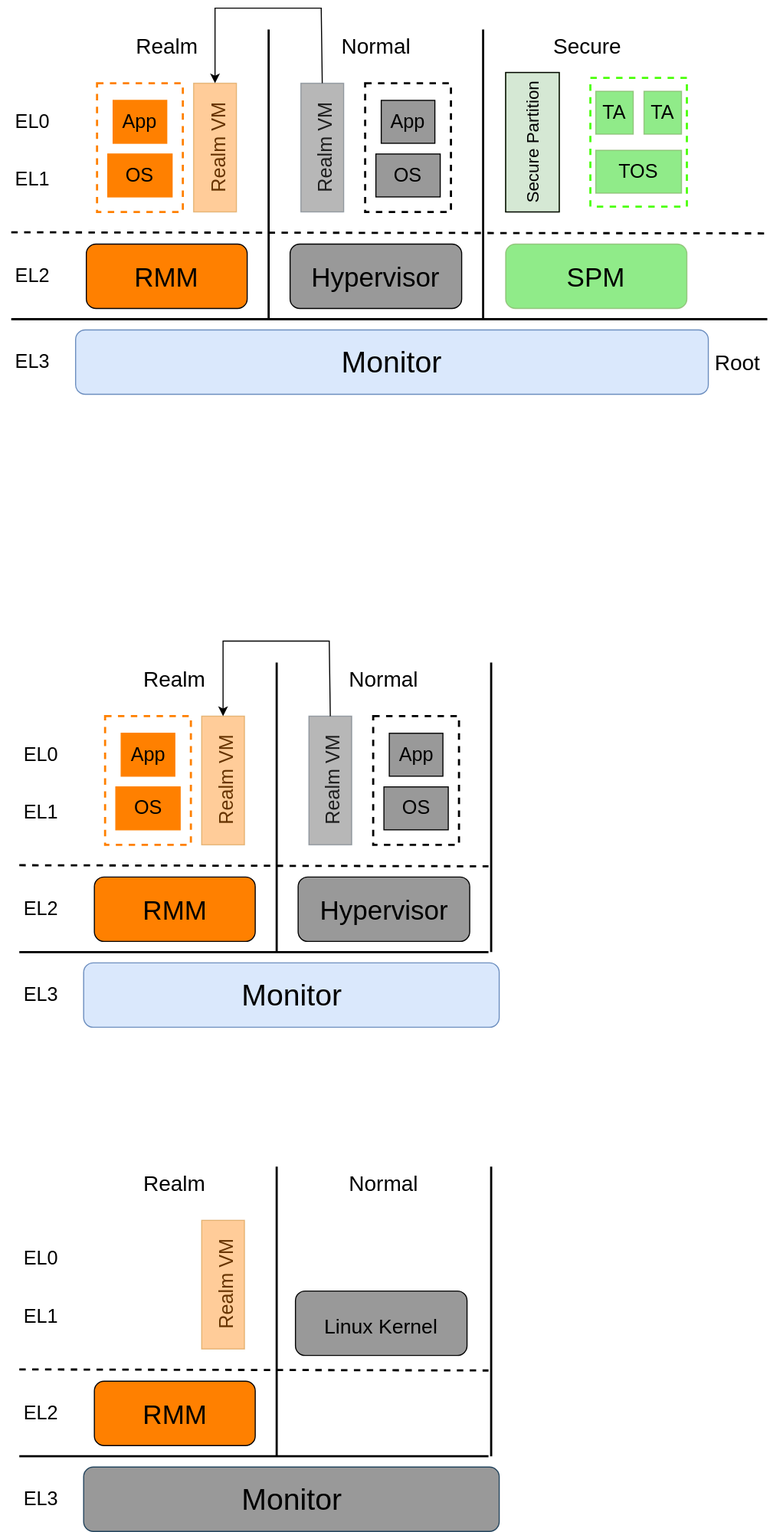
Before: CCA_soft.svg, a diagram exported from draw.io (EdisonE3/vue_learn). Source tidied: cells renumbered, new cells last; positions are measured from the earlier drawing's top-left corner, leaving out a move shared by most shapes.
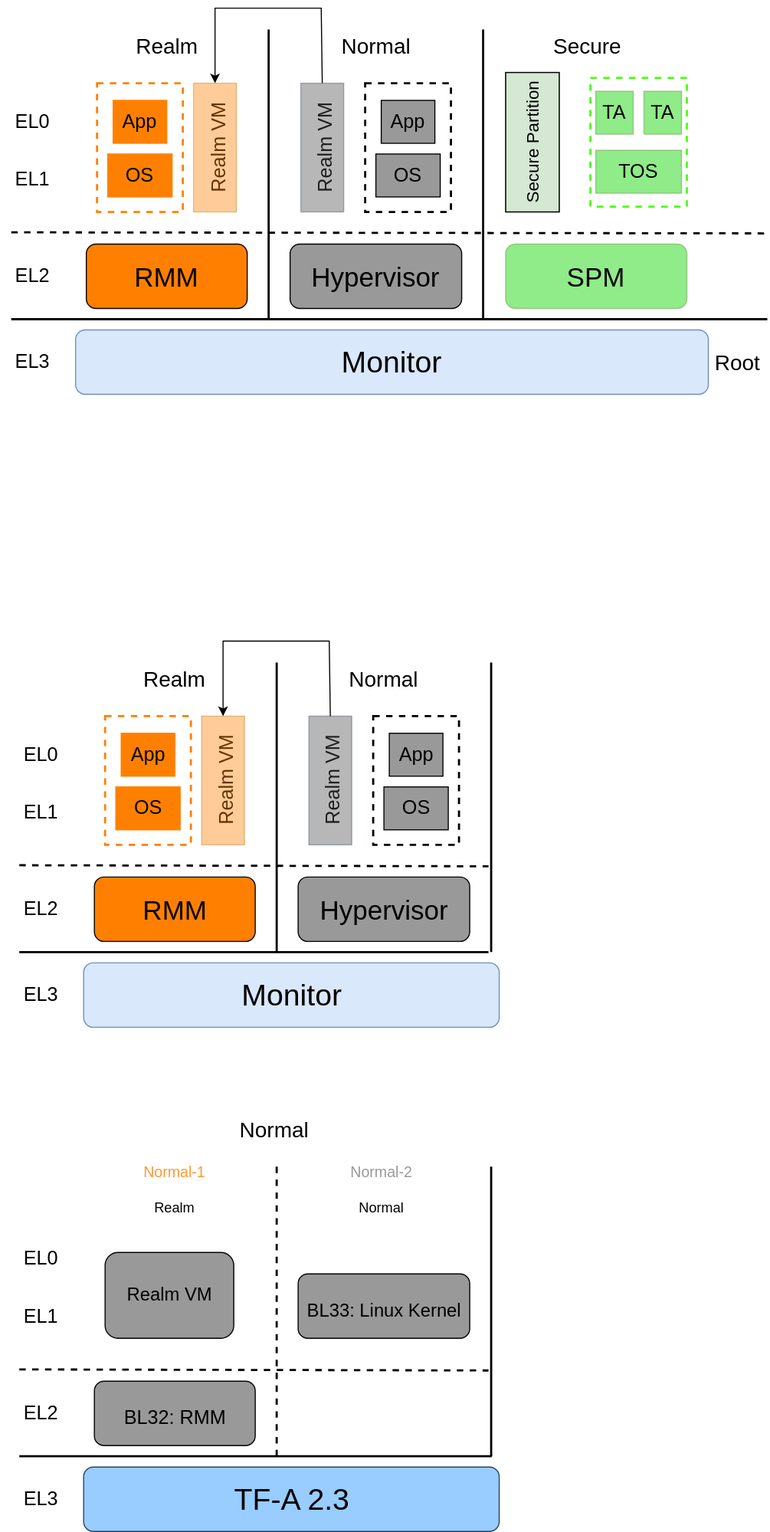
After the commit.

What changed in the source:
```diff
@@ -214,16 +214,13 @@
     <mxCell id="59" value="EL3" style="text;html=1;strokeColor=none;fillColor=none;align=center;verticalAlign=middle;whiteSpace=wrap;rounded=0;fontSize=18;" parent="1" vertex="1">
       <mxGeometry x="7.5" y="905" width="60" height="30" as="geometry" />
     </mxCell>
-    <mxCell id="60" value="&lt;font style=&quot;font-size: 18px;&quot;&gt;Realm VM&lt;/font&gt;" style="text;html=1;strokeColor=none;fillColor=none;align=center;verticalAlign=middle;whiteSpace=wrap;rounded=0;fontSize=25;rotation=-90;" parent="1" vertex="1">
-      <mxGeometry x="142.5" y="1175" width="130" height="30" as="geometry" />
-    </mxCell>
-    <mxCell id="61" value="&lt;font style=&quot;font-size: 28px;&quot;&gt;Monitor&lt;/font&gt;" style="rounded=1;whiteSpace=wrap;html=1;fillColor=#999999;strokeColor=#23445d;" parent="1" vertex="1">
+    <mxCell id="61" value="&lt;font style=&quot;font-size: 28px;&quot;&gt;TF-A 2.3&lt;/font&gt;" style="rounded=1;whiteSpace=wrap;html=1;fillColor=#99CCFF;strokeColor=#23445d;" parent="1" vertex="1">
       <mxGeometry x="77.5" y="1360" width="387.5" height="60" as="geometry" />
     </mxCell>
     <mxCell id="62" style="endArrow=none;html=1;rounded=0;fontSize=28;strokeWidth=2;" parent="1" edge="1">
       <mxGeometry relative="1" as="geometry">
         <mxPoint x="17.5" y="1350" as="sourcePoint" />
-        <mxPoint x="455" y="1350" as="targetPoint" />
+        <mxPoint x="458" y="1350" as="targetPoint" />
       </mxGeometry>
     </mxCell>
     <mxCell id="63" style="endArrow=none;html=1;rounded=0;fontSize=28;dashed=1;strokeWidth=2;" parent="1" edge="1">
@@ -232,7 +229,7 @@
         <mxPoint x="455" y="1270" as="targetPoint" />
       </mxGeometry>
     </mxCell>
-    <mxCell id="64" style="endArrow=none;html=1;rounded=0;fontSize=28;strokeWidth=2;" parent="1" edge="1">
+    <mxCell id="64" style="endArrow=none;html=1;rounded=0;fontSize=28;strokeWidth=2;dashed=1;" parent="1" edge="1">
       <mxGeometry relative="1" as="geometry">
         <mxPoint x="257.5" y="1080" as="sourcePoint" />
         <mxPoint x="257.5" y="1350" as="targetPoint" />
@@ -244,26 +241,23 @@
         <mxPoint x="457.5" y="1350" as="targetPoint" />
       </mxGeometry>
     </mxCell>
-    <mxCell id="66" value="&lt;font style=&quot;font-size: 25px;&quot;&gt;RMM&lt;/font&gt;" style="rounded=1;whiteSpace=wrap;html=1;fontSize=28;fillColor=#FF8000;" parent="1" vertex="1">
+    <mxCell id="66" value="&lt;font style=&quot;font-size: 18px;&quot;&gt;BL32: RMM&lt;/font&gt;" style="rounded=1;whiteSpace=wrap;html=1;fontSize=28;fillColor=#999999;" parent="1" vertex="1">
       <mxGeometry x="87.5" y="1280" width="150" height="60" as="geometry" />
     </mxCell>
-    <mxCell id="67" value="&lt;font style=&quot;font-size: 19px;&quot;&gt;Linux Kernel&lt;/font&gt;" style="rounded=1;whiteSpace=wrap;html=1;fontSize=28;fillColor=#999999;" parent="1" vertex="1">
-      <mxGeometry x="275" y="1196" width="160" height="60" as="geometry" />
+    <mxCell id="67" value="&lt;font style=&quot;font-size: 17px;&quot;&gt;BL33: Linux Kernel&lt;/font&gt;" style="rounded=1;whiteSpace=wrap;html=1;fontSize=28;fillColor=#999999;" parent="1" vertex="1">
+      <mxGeometry x="277.5" y="1180" width="160" height="60" as="geometry" />
     </mxCell>
-    <mxCell id="68" style="rounded=0;whiteSpace=wrap;html=1;fontSize=25;fillColor=#FF8000;strokeColor=#BD7000;fontColor=#000000;opacity=40;" parent="1" vertex="1">
-      <mxGeometry x="187.5" y="1130" width="40" height="120" as="geometry" />
-    </mxCell>
     <mxCell id="69" value="EL0" style="text;html=1;strokeColor=none;fillColor=none;align=center;verticalAlign=middle;whiteSpace=wrap;rounded=0;fontSize=18;" parent="1" vertex="1">
       <mxGeometry x="7.5" y="1151" width="60" height="30" as="geometry" />
     </mxCell>
     <mxCell id="70" value="EL1" style="text;html=1;strokeColor=none;fillColor=none;align=center;verticalAlign=middle;whiteSpace=wrap;rounded=0;fontSize=18;" parent="1" vertex="1">
       <mxGeometry x="7.5" y="1205" width="60" height="30" as="geometry" />
     </mxCell>
-    <mxCell id="71" value="Realm" style="text;html=1;strokeColor=none;fillColor=none;align=center;verticalAlign=middle;whiteSpace=wrap;rounded=0;fontSize=20;opacity=70;" parent="1" vertex="1">
-      <mxGeometry x="130" y="1080" width="65" height="30" as="geometry" />
+    <mxCell id="71" value="Normal-1" style="text;html=1;strokeColor=none;fillColor=none;align=center;verticalAlign=middle;whiteSpace=wrap;rounded=0;fontSize=14;opacity=70;fontColor=#FF9933;" parent="1" vertex="1">
+      <mxGeometry x="130" y="1070" width="65" height="30" as="geometry" />
     </mxCell>
     <mxCell id="72" value="Normal" style="text;html=1;strokeColor=none;fillColor=none;align=center;verticalAlign=middle;whiteSpace=wrap;rounded=0;fontSize=20;opacity=70;" parent="1" vertex="1">
-      <mxGeometry x="325" y="1080" width="65" height="30" as="geometry" />
+      <mxGeometry x="222.5" y="1030" width="65" height="30" as="geometry" />
     </mxCell>
     <mxCell id="73" value="EL2" style="text;html=1;strokeColor=none;fillColor=none;align=center;verticalAlign=middle;whiteSpace=wrap;rounded=0;fontSize=18;" parent="1" vertex="1">
       <mxGeometry x="7.5" y="1295" width="60" height="30" as="geometry" />
@@ -271,5 +265,17 @@
     <mxCell id="74" value="EL3" style="text;html=1;strokeColor=none;fillColor=none;align=center;verticalAlign=middle;whiteSpace=wrap;rounded=0;fontSize=18;" parent="1" vertex="1">
       <mxGeometry x="7.5" y="1375" width="60" height="30" as="geometry" />
     </mxCell>
+    <mxCell id="60" value="&lt;font style=&quot;font-size: 17px;&quot;&gt;Realm VM&lt;/font&gt;" style="rounded=1;whiteSpace=wrap;html=1;fillColor=#999999;" parent="1" vertex="1">
+      <mxGeometry x="97.5" y="1160" width="120" height="80" as="geometry" />
+    </mxCell>
+    <mxCell id="75" value="Normal-2" style="text;html=1;strokeColor=none;fillColor=none;align=center;verticalAlign=middle;whiteSpace=wrap;rounded=0;fontSize=14;opacity=70;fontColor=#999999;" parent="1" vertex="1">
+      <mxGeometry x="323" y="1070" width="65" height="30" as="geometry" />
+    </mxCell>
+    <mxCell id="76" value="&lt;font style=&quot;font-size: 13px;&quot;&gt;Realm&lt;/font&gt;" style="text;html=1;strokeColor=none;fillColor=none;align=center;verticalAlign=middle;whiteSpace=wrap;rounded=0;fontSize=20;opacity=70;" parent="1" vertex="1">
+      <mxGeometry x="130" y="1100" width="65" height="30" as="geometry" />
+    </mxCell>
+    <mxCell id="77" value="&lt;font style=&quot;font-size: 13px;&quot;&gt;Normal&lt;/font&gt;" style="text;html=1;strokeColor=none;fillColor=none;align=center;verticalAlign=middle;whiteSpace=wrap;rounded=0;fontSize=20;opacity=70;" parent="1" vertex="1">
+      <mxGeometry x="323" y="1100" width="65" height="30" as="geometry" />
+    </mxCell>
   </root>
 </mxGraphModel>
```
